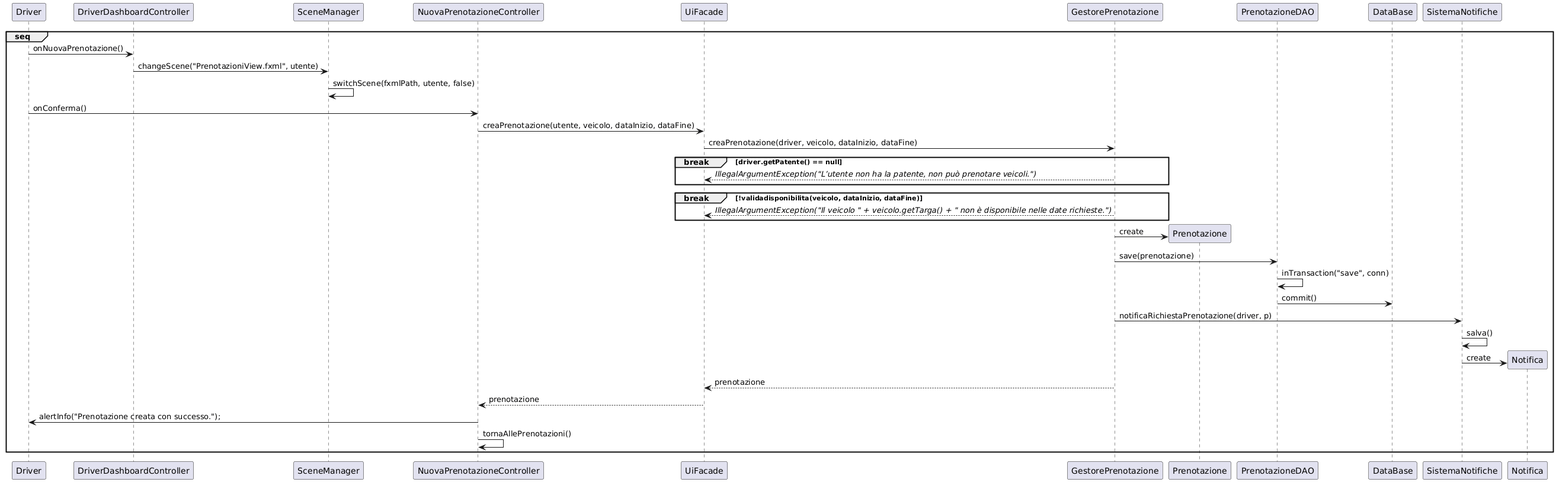
Pietroplati/FleetManager keeps this PlantUML diagram as uml/Sequence Diagram 1.png. Above is the earlier version.
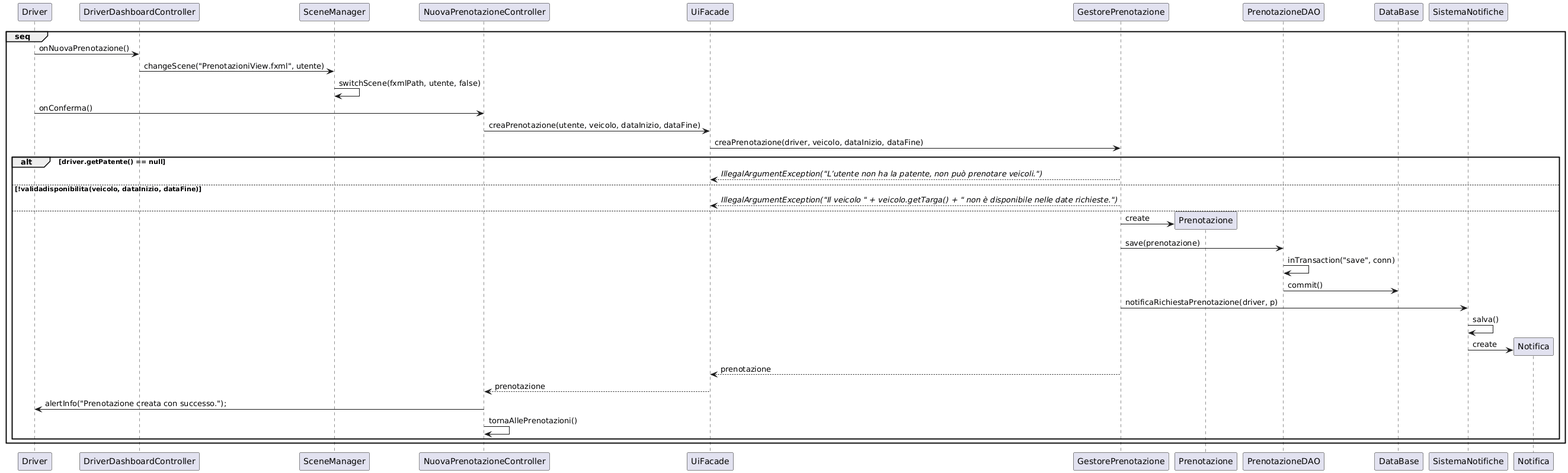
The same file after the commit.

Commit message:
Modifica Sequence Diagram 1

Perfezionamento finale del primo sequence diagram

Change to the diagram source:
```diff
@@ -7,14 +7,13 @@
 NuovaPrenotazioneController -> UiFacade: creaPrenotazione(utente, veicolo, dataInizio, dataFine)
 UiFacade -> GestorePrenotazione: creaPrenotazione(driver, veicolo, dataInizio, dataFine)
 
-break driver.getPatente() == null
+alt driver.getPatente() == null
 GestorePrenotazione --> UiFacade: //IllegalArgumentException("L’utente non ha la patente, non può prenotare veicoli.")//
-end
 
-break !validadisponibilita(veicolo, dataInizio, dataFine)
+else !validadisponibilita(veicolo, dataInizio, dataFine)
 GestorePrenotazione --> UiFacade: //IllegalArgumentException("Il veicolo " + veicolo.getTarga() + " non è disponibile nelle date richieste.")//
-end
 
+else
 GestorePrenotazione -> Prenotazione **: create
 GestorePrenotazione -> PrenotazioneDAO: save(prenotazione)
 PrenotazioneDAO -> PrenotazioneDAO: inTransaction("save", conn)
@@ -28,4 +27,6 @@
 NuovaPrenotazioneController -> NuovaPrenotazioneController: tornaAllePrenotazioni()
 
 end
+
+end
 @enduml
```
